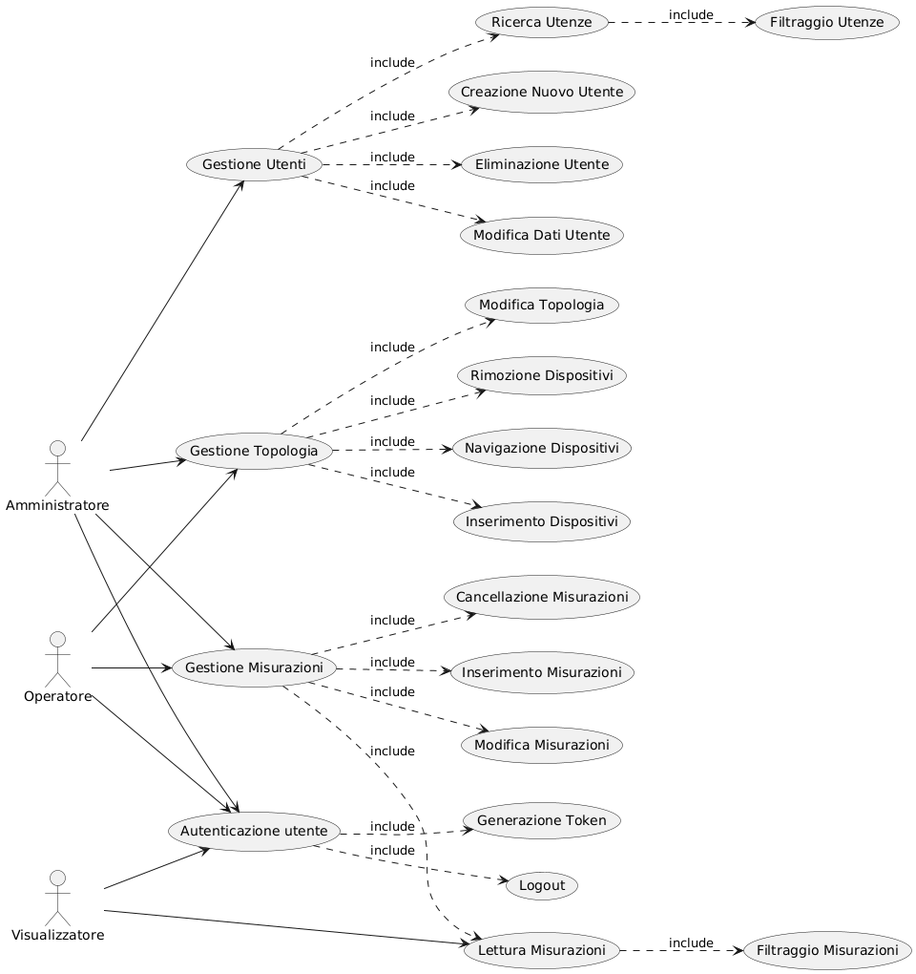
This is risorse/use-cases.png from KleZeqaj/GeoControl, a PlantUML export, as it was before one commit. Source of this version:
```plantuml
@startuml
left to right direction


actor Amministratore
actor Operatore
actor Visualizzatore

usecase "Autenticazione utente" as UC1
usecase "Gestione Utenti" as UC2
usecase "Creazione Nuovo Utente" as UC8
usecase "Eliminazione Utente" as UC9
usecase "Modifica Dati Utente" as UC10
usecase "Logout" as UC11
usecase "Ricerca Utenze" as UC12
usecase "Filtraggio Utenze" as UC13
usecase "Gestione Misurazioni" as UC14
usecase "Inserimento Misurazioni" as UC15
usecase "Modifica Misurazioni" as UC16
usecase "Cancellazione Misurazioni" as UC17
usecase "Lettura Misurazioni" as UC18
usecase "Filtraggio Misurazioni" as UC19
usecase "Gestione Topologia" as UC20
usecase "Inserimento Dispositivi" as UC21
usecase "Modifica Topologia" as UC22
usecase "Rimozione Dispositivi" as UC23
usecase "Navigazione Dispositivi" as UC24
usecase "Generazione Token" as UC26

UC1 ..> UC11 : include
UC1 ..> UC26 : include
UC2 ..> UC8 : include
UC2 ..> UC9 : include
UC2 ..> UC10 : include
UC2 ..> UC12 : include
UC12 ..> UC13 : include
UC14 ..> UC15 : include
UC14 ..> UC16 : include
UC14 ..> UC17 : include
UC14 ..> UC18 : include
UC18 ..> UC19 : include
UC20 ..> UC21 : include
UC20 ..> UC22 : include
UC20 ..> UC23 : include
UC20 ..> UC24 : include

Visualizzatore --> UC1
Visualizzatore --> UC18
Amministratore --> UC1
Amministratore --> UC2
Amministratore --> UC14
Amministratore --> UC20
Operatore --> UC1
Operatore --> UC14
Operatore --> UC20
@enduml
```
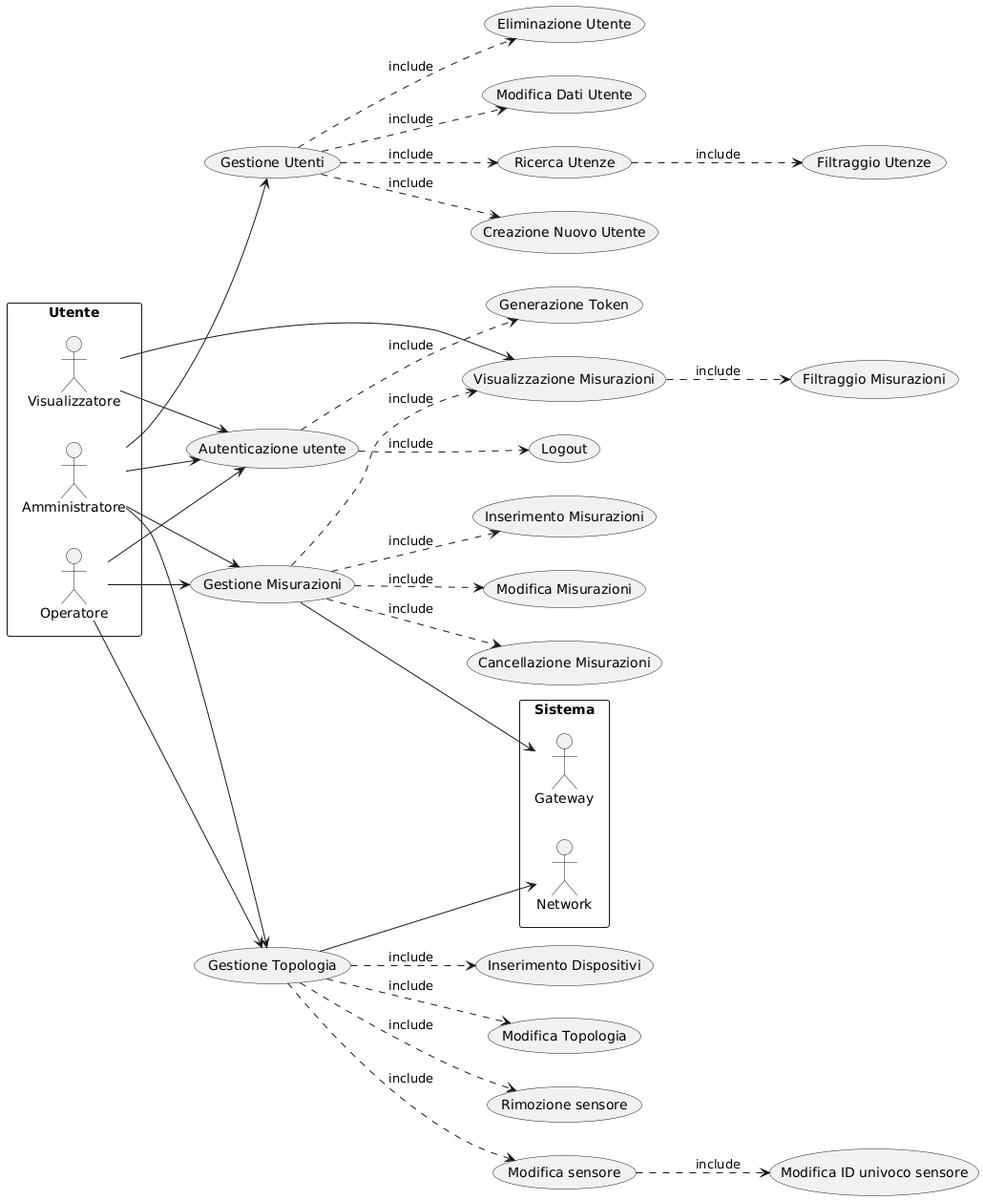
After the commit.

Commit message:
[req]: use cases e class diagram - Modificato diagramma use cases - Aggiunto diagramma delle classi - Sistemato plantuml.md

The edit, as a diff of the source:
```diff
@@ -1,10 +1,16 @@
 @startuml
 left to right direction
 
-
+rectangle Utente {
 actor Amministratore
 actor Operatore
 actor Visualizzatore
+}
+
+rectangle Sistema {
+actor Network
+actor Gateway
+}
 
 usecase "Autenticazione utente" as UC1
 usecase "Gestione Utenti" as UC2
@@ -18,13 +24,14 @@
 usecase "Inserimento Misurazioni" as UC15
 usecase "Modifica Misurazioni" as UC16
 usecase "Cancellazione Misurazioni" as UC17
-usecase "Lettura Misurazioni" as UC18
+usecase "Visualizzazione Misurazioni" as UC18
 usecase "Filtraggio Misurazioni" as UC19
 usecase "Gestione Topologia" as UC20
 usecase "Inserimento Dispositivi" as UC21
 usecase "Modifica Topologia" as UC22
-usecase "Rimozione Dispositivi" as UC23
-usecase "Navigazione Dispositivi" as UC24
+usecase "Rimozione sensore" as UC23
+usecase "Modifica sensore" as UC24
+usecase "Modifica ID univoco sensore" as UC25
 usecase "Generazione Token" as UC26
 
 UC1 ..> UC11 : include
@@ -43,6 +50,7 @@
 UC20 ..> UC22 : include
 UC20 ..> UC23 : include
 UC20 ..> UC24 : include
+UC24 ..> UC25 : include
 
 Visualizzatore --> UC1
 Visualizzatore --> UC18
@@ -53,4 +61,6 @@
 Operatore --> UC1
 Operatore --> UC14
 Operatore --> UC20
+UC14 --> Gateway
+UC20 --> Network
 @enduml
```
